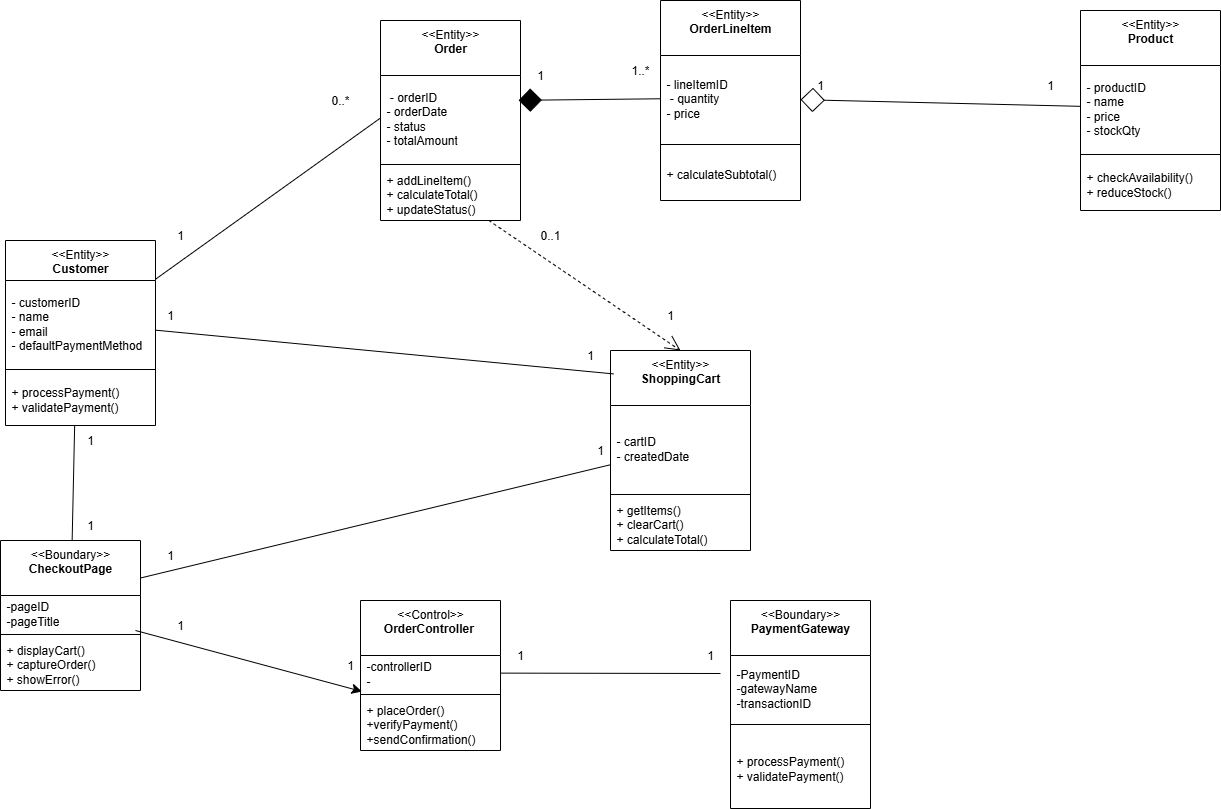
This is ClassdiagramofPlatform.drawio.png from VeliTsabedze/Class-Diagrams, a draw.io export, as it was before one commit. Source tidied: cells renumbered, new cells last; positions are measured from the earlier drawing's top-left corner, leaving out a move shared by most shapes. Its diagram source:
```xml
<mxGraphModel>
  <root>
    <mxCell id="0" />
    <mxCell id="1" parent="0" />
    <mxCell id="2" value="&amp;lt;&amp;lt;Boundary&amp;gt;&amp;gt;&lt;br&gt;&lt;b&gt;CheckoutPage&lt;/b&gt;&lt;div&gt;&lt;br&gt;&lt;/div&gt;" style="swimlane;fontStyle=0;align=center;verticalAlign=top;horizontal=1;startSize=55;html=1;whiteSpace=wrap;" parent="1" vertex="1">
      <mxGeometry y="540" width="140" height="150" as="geometry" />
    </mxCell>
    <mxCell id="3" value="-pageID&lt;div&gt;-pageTitle&lt;/div&gt;" style="text;html=1;strokeColor=none;fillColor=none;align=left;verticalAlign=middle;spacingLeft=4;spacingRight=4;overflow=hidden;points=[[0,0.5],[1,0.5]];portConstraint=eastwest;whiteSpace=wrap;" parent="2" vertex="1">
      <mxGeometry y="55" width="140" height="35" as="geometry" />
    </mxCell>
    <mxCell id="4" style="line;strokeWidth=1;fillColor=none;align=left;verticalAlign=middle;spacingTop=-1;spacingLeft=3;spacingRight=3;labelPosition=right;" parent="2" vertex="1">
      <mxGeometry y="90" width="140" height="8" as="geometry" />
    </mxCell>
    <mxCell id="5" value="+ displayCart()&amp;nbsp;&lt;br&gt;+ captureOrder()&amp;nbsp;&lt;br&gt;+ showError()" style="text;html=1;strokeColor=none;fillColor=none;align=left;verticalAlign=middle;spacingLeft=4;spacingRight=4;overflow=hidden;whiteSpace=wrap;" parent="2" vertex="1">
      <mxGeometry y="98" width="140" height="52" as="geometry" />
    </mxCell>
    <mxCell id="6" value="&amp;lt;&amp;lt;Boundary&amp;gt;&amp;gt;&lt;br&gt;&lt;b&gt;PaymentGateway&lt;/b&gt;&lt;div&gt;&lt;br&gt;&lt;/div&gt;" style="swimlane;fontStyle=0;align=center;verticalAlign=top;horizontal=1;startSize=55;html=1;whiteSpace=wrap;" parent="1" vertex="1">
      <mxGeometry x="730" y="600" width="140" height="208" as="geometry" />
    </mxCell>
    <mxCell id="7" value="-PaymentID&lt;div&gt;-gatewayName&lt;div&gt;-transactionID&lt;/div&gt;&lt;/div&gt;" style="text;html=1;strokeColor=none;fillColor=none;align=left;verticalAlign=middle;spacingLeft=4;spacingRight=4;overflow=hidden;whiteSpace=wrap;" parent="6" vertex="1">
      <mxGeometry y="55" width="140" height="65" as="geometry" />
    </mxCell>
    <mxCell id="8" style="line;strokeWidth=1;fillColor=none;align=left;verticalAlign=middle;spacingTop=-1;spacingLeft=3;spacingRight=3;labelPosition=right;" parent="6" vertex="1">
      <mxGeometry y="120" width="140" height="8" as="geometry" />
    </mxCell>
    <mxCell id="9" value="+ processPayment()&amp;nbsp;&amp;nbsp;&lt;div&gt;+ validatePayment()&lt;/div&gt;" style="text;html=1;strokeColor=none;fillColor=none;align=left;verticalAlign=middle;spacingLeft=4;spacingRight=4;overflow=hidden;whiteSpace=wrap;" parent="6" vertex="1">
      <mxGeometry y="128" width="140" height="80" as="geometry" />
    </mxCell>
    <mxCell id="10" value="&amp;lt;&amp;lt;Control&amp;gt;&amp;gt;&lt;br&gt;&lt;b&gt;OrderController&lt;/b&gt;&amp;nbsp;&lt;br&gt;&lt;div&gt;&lt;br&gt;&lt;/div&gt;" style="swimlane;fontStyle=0;align=center;verticalAlign=top;horizontal=1;startSize=55;html=1;whiteSpace=wrap;" parent="1" vertex="1">
      <mxGeometry x="360" y="600" width="140" height="150" as="geometry" />
    </mxCell>
    <mxCell id="11" value="-controllerID&lt;div&gt;-&lt;/div&gt;" style="text;html=1;strokeColor=none;fillColor=none;align=left;verticalAlign=middle;spacingLeft=4;spacingRight=4;overflow=hidden;points=[[0,0.5],[1,0.5]];portConstraint=eastwest;whiteSpace=wrap;" parent="10" vertex="1">
      <mxGeometry y="55" width="140" height="35" as="geometry" />
    </mxCell>
    <mxCell id="12" style="line;strokeWidth=1;fillColor=none;align=left;verticalAlign=middle;spacingTop=-1;spacingLeft=3;spacingRight=3;labelPosition=right;" parent="10" vertex="1">
      <mxGeometry y="90" width="140" height="8" as="geometry" />
    </mxCell>
    <mxCell id="13" value="+ placeOrder()&amp;nbsp; +verifyPayment()&amp;nbsp; +sendConfirmation()" style="text;html=1;strokeColor=none;fillColor=none;align=left;verticalAlign=middle;spacingLeft=4;spacingRight=4;overflow=hidden;whiteSpace=wrap;" parent="10" vertex="1">
      <mxGeometry y="98" width="140" height="52" as="geometry" />
    </mxCell>
    <mxCell id="14" style="edgeStyle=none;curved=1;rounded=0;jettySize=auto;html=1;entryX=0;entryY=0.5;entryDx=0;entryDy=0;fontSize=12;startSize=8;endSize=8;endArrow=none;endFill=0;" parent="1" edge="1" source="15" target="20">
      <mxGeometry relative="1" as="geometry" />
    </mxCell>
    <mxCell id="15" value="&amp;lt;&amp;lt;Entity&amp;gt;&amp;gt;&lt;br&gt;&lt;b&gt;Customer&lt;/b&gt;&lt;br&gt;&lt;div&gt;&lt;br&gt;&lt;/div&gt;" style="swimlane;fontStyle=0;align=center;verticalAlign=top;horizontal=1;startSize=40;html=1;whiteSpace=wrap;" parent="1" vertex="1">
      <mxGeometry x="5" y="240" width="150" height="185" as="geometry" />
    </mxCell>
    <mxCell id="16" value="- customerID&amp;nbsp;&lt;br&gt;- name&amp;nbsp;&lt;br&gt;- email&amp;nbsp;&lt;br&gt;- defaultPaymentMethod" style="text;html=1;strokeColor=none;fillColor=none;align=left;verticalAlign=middle;spacingLeft=4;spacingRight=4;overflow=hidden;points=[[0,0.5],[1,0.5]];portConstraint=eastwest;whiteSpace=wrap;" parent="15" vertex="1">
      <mxGeometry y="40" width="150" height="85" as="geometry" />
    </mxCell>
    <mxCell id="17" style="line;strokeWidth=1;fillColor=none;align=left;verticalAlign=middle;spacingTop=-1;spacingLeft=3;spacingRight=3;labelPosition=right;" parent="15" vertex="1">
      <mxGeometry y="125" width="150" height="8" as="geometry" />
    </mxCell>
    <mxCell id="18" value="+ processPayment()&amp;nbsp;&amp;nbsp;&lt;div&gt;+ validatePayment()&lt;/div&gt;" style="text;html=1;strokeColor=none;fillColor=none;align=left;verticalAlign=middle;spacingLeft=4;spacingRight=4;overflow=hidden;points=[[0,0.5],[1,0.5]];portConstraint=eastwest;whiteSpace=wrap;" parent="15" vertex="1">
      <mxGeometry y="133" width="150" height="52" as="geometry" />
    </mxCell>
    <mxCell id="19" value="&amp;lt;&amp;lt;Entity&amp;gt;&amp;gt;&lt;br&gt;&lt;b&gt;Order&lt;/b&gt;&lt;br&gt;&lt;div&gt;&lt;br&gt;&lt;/div&gt;" style="swimlane;fontStyle=0;align=center;verticalAlign=top;horizontal=1;startSize=55;html=1;whiteSpace=wrap;" parent="1" vertex="1">
      <mxGeometry x="380" y="20" width="140" height="200" as="geometry" />
    </mxCell>
    <mxCell id="20" value="&amp;nbsp;- orderID&amp;nbsp;&lt;div&gt;- orderDate&amp;nbsp;&lt;/div&gt;&lt;div&gt;- status&amp;nbsp;&lt;/div&gt;&lt;div&gt;- totalAmount&lt;/div&gt;" style="text;html=1;strokeColor=none;fillColor=none;align=left;verticalAlign=middle;spacingLeft=4;spacingRight=4;overflow=hidden;points=[[0,0.5],[1,0.5]];portConstraint=eastwest;whiteSpace=wrap;" parent="19" vertex="1">
      <mxGeometry y="55" width="140" height="85" as="geometry" />
    </mxCell>
    <mxCell id="21" style="line;strokeWidth=1;fillColor=none;align=left;verticalAlign=middle;spacingTop=-1;spacingLeft=3;spacingRight=3;labelPosition=right;" parent="19" vertex="1">
      <mxGeometry y="140" width="140" height="8" as="geometry" />
    </mxCell>
    <mxCell id="22" value="+ addLineItem()&amp;nbsp;&lt;div&gt;+ calculateTotal()&amp;nbsp;&lt;div&gt;+ updateStatus()&lt;/div&gt;&lt;/div&gt;" style="text;html=1;strokeColor=none;fillColor=none;align=left;verticalAlign=middle;spacingLeft=4;spacingRight=4;overflow=hidden;points=[[0,0.5],[1,0.5]];portConstraint=eastwest;whiteSpace=wrap;" parent="19" vertex="1">
      <mxGeometry y="148" width="140" height="52" as="geometry" />
    </mxCell>
    <mxCell id="23" value="&amp;lt;&amp;lt;Entity&amp;gt;&amp;gt;&lt;br&gt;&lt;b&gt;OrderLineItem&lt;/b&gt;&lt;br&gt;&lt;div&gt;&lt;br&gt;&lt;/div&gt;" style="swimlane;fontStyle=0;align=center;verticalAlign=top;horizontal=1;startSize=55;html=1;whiteSpace=wrap;" parent="1" vertex="1">
      <mxGeometry x="660" width="140" height="200" as="geometry" />
    </mxCell>
    <mxCell id="24" value="- lineItemID&lt;div&gt;&amp;nbsp;&lt;span style=&quot;background-color: transparent; color: light-dark(rgb(0, 0, 0), rgb(255, 255, 255));&quot;&gt;- quantity&amp;nbsp;&lt;/span&gt;&lt;/div&gt;&lt;div&gt;&lt;span style=&quot;background-color: transparent; color: light-dark(rgb(0, 0, 0), rgb(255, 255, 255));&quot;&gt;- price&lt;/span&gt;&lt;/div&gt;" style="text;html=1;strokeColor=none;fillColor=none;align=left;verticalAlign=middle;spacingLeft=4;spacingRight=4;overflow=hidden;points=[[0,0.5],[1,0.5]];portConstraint=eastwest;whiteSpace=wrap;" parent="23" vertex="1">
      <mxGeometry y="55" width="140" height="85" as="geometry" />
    </mxCell>
    <mxCell id="25" style="line;strokeWidth=1;fillColor=none;align=left;verticalAlign=middle;spacingTop=-1;spacingLeft=3;spacingRight=3;labelPosition=right;" parent="23" vertex="1">
      <mxGeometry y="140" width="140" height="8" as="geometry" />
    </mxCell>
    <mxCell id="26" value="+ calculateSubtotal()&amp;nbsp;" style="text;html=1;strokeColor=none;fillColor=none;align=left;verticalAlign=middle;spacingLeft=4;spacingRight=4;overflow=hidden;whiteSpace=wrap;" parent="23" vertex="1">
      <mxGeometry y="148" width="140" height="52" as="geometry" />
    </mxCell>
    <mxCell id="27" value="&amp;lt;&amp;lt;Entity&amp;gt;&amp;gt;&lt;br&gt;&lt;b&gt;ShoppingCart&lt;/b&gt;&lt;br&gt;&lt;div&gt;&lt;br&gt;&lt;/div&gt;" style="swimlane;fontStyle=0;align=center;verticalAlign=top;horizontal=1;startSize=55;html=1;whiteSpace=wrap;" parent="1" vertex="1">
      <mxGeometry x="610" y="350" width="140" height="200" as="geometry" />
    </mxCell>
    <mxCell id="28" value="- cartID&amp;nbsp;&lt;div&gt;- createdDate&amp;nbsp; &amp;nbsp; &amp;nbsp; &amp;nbsp; &amp;nbsp; &amp;nbsp;&amp;nbsp;&lt;/div&gt;" style="text;html=1;strokeColor=none;fillColor=none;align=left;verticalAlign=middle;spacingLeft=4;spacingRight=4;overflow=hidden;points=[[0,0.5],[1,0.5]];portConstraint=eastwest;whiteSpace=wrap;" parent="27" vertex="1">
      <mxGeometry y="55" width="140" height="85" as="geometry" />
    </mxCell>
    <mxCell id="29" style="line;strokeWidth=1;fillColor=none;align=left;verticalAlign=middle;spacingTop=-1;spacingLeft=3;spacingRight=3;labelPosition=right;" parent="27" vertex="1">
      <mxGeometry y="140" width="140" height="8" as="geometry" />
    </mxCell>
    <mxCell id="30" value="+ getItems()&amp;nbsp;&lt;div&gt;+ clearCart()&amp;nbsp;&lt;div&gt;+ calculateTotal()&lt;/div&gt;&lt;/div&gt;" style="text;html=1;strokeColor=none;fillColor=none;align=left;verticalAlign=middle;spacingLeft=4;spacingRight=4;overflow=hidden;whiteSpace=wrap;" parent="27" vertex="1">
      <mxGeometry y="148" width="140" height="52" as="geometry" />
    </mxCell>
    <mxCell id="31" value="&amp;lt;&amp;lt;Entity&amp;gt;&amp;gt;&lt;br&gt;&lt;b&gt;Product&lt;/b&gt;&lt;br&gt;&lt;div&gt;&lt;br&gt;&lt;/div&gt;" style="swimlane;fontStyle=0;align=center;verticalAlign=top;horizontal=1;startSize=55;html=1;whiteSpace=wrap;" parent="1" vertex="1">
      <mxGeometry x="1080" y="10" width="140" height="200" as="geometry" />
    </mxCell>
    <mxCell id="32" value="- productID&amp;nbsp;&lt;div&gt;- name&amp;nbsp;&lt;/div&gt;&lt;div&gt;- price&amp;nbsp;&lt;/div&gt;&lt;div&gt;- stockQty&lt;/div&gt;" style="text;html=1;strokeColor=none;fillColor=none;align=left;verticalAlign=middle;spacingLeft=4;spacingRight=4;overflow=hidden;points=[[0,0.5],[1,0.5]];portConstraint=eastwest;whiteSpace=wrap;" parent="31" vertex="1">
      <mxGeometry y="55" width="140" height="85" as="geometry" />
    </mxCell>
    <mxCell id="33" style="line;strokeWidth=1;fillColor=none;align=left;verticalAlign=middle;spacingTop=-1;spacingLeft=3;spacingRight=3;labelPosition=right;" parent="31" vertex="1">
      <mxGeometry y="140" width="140" height="8" as="geometry" />
    </mxCell>
    <mxCell id="34" value="+ checkAvailability()&amp;nbsp;&lt;br&gt;+ reduceStock()" style="text;html=1;strokeColor=none;fillColor=none;align=left;verticalAlign=middle;spacingLeft=4;spacingRight=4;overflow=hidden;whiteSpace=wrap;" parent="31" vertex="1">
      <mxGeometry y="148" width="140" height="52" as="geometry" />
    </mxCell>
    <mxCell id="35" style="endArrow=none;html=1;rounded=0;fontSize=12;startSize=8;endSize=8;curved=1;entryX=0.461;entryY=1;entryDx=0;entryDy=0;entryPerimeter=0;endFill=0;" parent="1" edge="1" source="2" target="18">
      <mxGeometry relative="1" as="geometry" />
    </mxCell>
    <mxCell id="36" style="edgeStyle=none;curved=1;rounded=0;jettySize=auto;html=1;entryX=0.986;entryY=0.292;entryDx=0;entryDy=0;entryPerimeter=0;fontSize=12;startSize=8;endSize=21;endArrow=diamond;endFill=1;" parent="1" edge="1" source="24" target="20">
      <mxGeometry relative="1" as="geometry" />
    </mxCell>
    <mxCell id="37" style="edgeStyle=none;curved=1;rounded=0;jettySize=auto;html=1;entryX=0.021;entryY=0.117;entryDx=0;entryDy=0;entryPerimeter=0;fontSize=12;startSize=8;endSize=8;endArrow=none;endFill=0;" parent="1" edge="1" source="16" target="27">
      <mxGeometry relative="1" as="geometry" />
    </mxCell>
    <mxCell id="38" style="edgeStyle=none;curved=1;rounded=0;jettySize=auto;html=1;entryX=0.011;entryY=1.029;entryDx=0;entryDy=0;entryPerimeter=0;fontSize=12;startSize=8;endSize=8;" parent="1" edge="1" source="3" target="11">
      <mxGeometry relative="1" as="geometry" />
    </mxCell>
    <mxCell id="39" style="edgeStyle=none;curved=1;rounded=0;jettySize=auto;html=1;fontSize=12;startSize=8;endSize=8;endArrow=none;endFill=0;" parent="1" edge="1" source="11">
      <mxGeometry relative="1" as="geometry">
        <mxPoint x="720" y="673" as="targetPoint" />
      </mxGeometry>
    </mxCell>
    <mxCell id="40" style="edgeStyle=none;curved=1;rounded=0;jettySize=auto;html=1;entryX=-0.005;entryY=0.699;entryDx=0;entryDy=0;entryPerimeter=0;fontSize=12;startSize=8;endSize=8;exitX=1;exitY=0.25;exitDx=0;exitDy=0;endArrow=none;endFill=0;" parent="1" edge="1" source="2" target="28">
      <mxGeometry relative="1" as="geometry" />
    </mxCell>
    <mxCell id="41" style="edgeStyle=none;curved=1;rounded=0;jettySize=auto;html=1;entryX=0.5;entryY=0;entryDx=0;entryDy=0;fontSize=12;startSize=8;endSize=13;dashed=1;endArrow=open;endFill=0;" parent="1" edge="1" source="22" target="27">
      <mxGeometry relative="1" as="geometry" />
    </mxCell>
    <mxCell id="42" value="1" style="text;html=1;align=center;verticalAlign=middle;whiteSpace=wrap;rounded=0;" parent="1" vertex="1">
      <mxGeometry x="150" y="220" width="60" height="30" as="geometry" />
    </mxCell>
    <mxCell id="43" value="0..*" style="text;html=1;align=center;verticalAlign=middle;whiteSpace=wrap;rounded=0;" parent="1" vertex="1">
      <mxGeometry x="310" y="85" width="60" height="30" as="geometry" />
    </mxCell>
    <mxCell id="44" value="1" style="text;html=1;align=center;verticalAlign=middle;whiteSpace=wrap;rounded=0;" parent="1" vertex="1">
      <mxGeometry x="510" y="60" width="60" height="30" as="geometry" />
    </mxCell>
    <mxCell id="45" value="1..*" style="text;html=1;align=center;verticalAlign=middle;whiteSpace=wrap;rounded=0;" parent="1" vertex="1">
      <mxGeometry x="610" y="55" width="60" height="30" as="geometry" />
    </mxCell>
    <mxCell id="46" value="1" style="text;html=1;align=center;verticalAlign=middle;whiteSpace=wrap;rounded=0;" parent="1" vertex="1">
      <mxGeometry x="790" y="70" width="60" height="30" as="geometry" />
    </mxCell>
    <mxCell id="47" value="1" style="text;html=1;align=center;verticalAlign=middle;whiteSpace=wrap;rounded=0;" parent="1" vertex="1">
      <mxGeometry x="1020" y="70" width="60" height="30" as="geometry" />
    </mxCell>
    <mxCell id="48" value="1" style="text;html=1;align=center;verticalAlign=middle;whiteSpace=wrap;rounded=0;" parent="1" vertex="1">
      <mxGeometry x="140" y="300" width="60" height="30" as="geometry" />
    </mxCell>
    <mxCell id="49" value="1" style="text;html=1;align=center;verticalAlign=middle;whiteSpace=wrap;rounded=0;" parent="1" vertex="1">
      <mxGeometry x="560" y="340" width="60" height="30" as="geometry" />
    </mxCell>
    <mxCell id="50" value="1" style="text;html=1;align=center;verticalAlign=middle;whiteSpace=wrap;rounded=0;" parent="1" vertex="1">
      <mxGeometry x="320" y="650" width="60" height="30" as="geometry" />
    </mxCell>
    <mxCell id="51" value="1" style="text;html=1;align=center;verticalAlign=middle;whiteSpace=wrap;rounded=0;" parent="1" vertex="1">
      <mxGeometry x="150" y="610" width="60" height="30" as="geometry" />
    </mxCell>
    <mxCell id="52" value="1" style="text;html=1;align=center;verticalAlign=middle;whiteSpace=wrap;rounded=0;" parent="1" vertex="1">
      <mxGeometry x="490" y="640" width="60" height="30" as="geometry" />
    </mxCell>
    <mxCell id="53" value="1" style="text;html=1;align=center;verticalAlign=middle;whiteSpace=wrap;rounded=0;" parent="1" vertex="1">
      <mxGeometry x="680" y="640" width="60" height="30" as="geometry" />
    </mxCell>
    <mxCell id="54" style="edgeStyle=none;curved=1;rounded=0;jettySize=auto;html=1;fontSize=12;startSize=8;endSize=22;endArrow=diamond;endFill=0;" parent="1" edge="1" source="32" target="24">
      <mxGeometry relative="1" as="geometry" />
    </mxCell>
    <mxCell id="55" value="1" style="text;html=1;align=center;verticalAlign=middle;whiteSpace=wrap;rounded=0;" parent="1" vertex="1">
      <mxGeometry x="640" y="300" width="60" height="30" as="geometry" />
    </mxCell>
    <mxCell id="56" value="0..1" style="text;html=1;align=center;verticalAlign=middle;whiteSpace=wrap;rounded=0;" parent="1" vertex="1">
      <mxGeometry x="520" y="220" width="60" height="30" as="geometry" />
    </mxCell>
    <mxCell id="57" value="1" style="text;html=1;align=center;verticalAlign=middle;whiteSpace=wrap;rounded=0;" parent="1" vertex="1">
      <mxGeometry x="140" y="540" width="60" height="30" as="geometry" />
    </mxCell>
    <mxCell id="58" value="1" style="text;html=1;align=center;verticalAlign=middle;whiteSpace=wrap;rounded=0;" parent="1" vertex="1">
      <mxGeometry x="570" y="435" width="60" height="30" as="geometry" />
    </mxCell>
    <mxCell id="59" value="1" style="text;html=1;align=center;verticalAlign=middle;whiteSpace=wrap;rounded=0;" parent="1" vertex="1">
      <mxGeometry x="60" y="425" width="60" height="30" as="geometry" />
    </mxCell>
    <mxCell id="60" value="1" style="text;html=1;align=center;verticalAlign=middle;whiteSpace=wrap;rounded=0;" parent="1" vertex="1">
      <mxGeometry x="60" y="510" width="60" height="30" as="geometry" />
    </mxCell>
  </root>
</mxGraphModel>
```
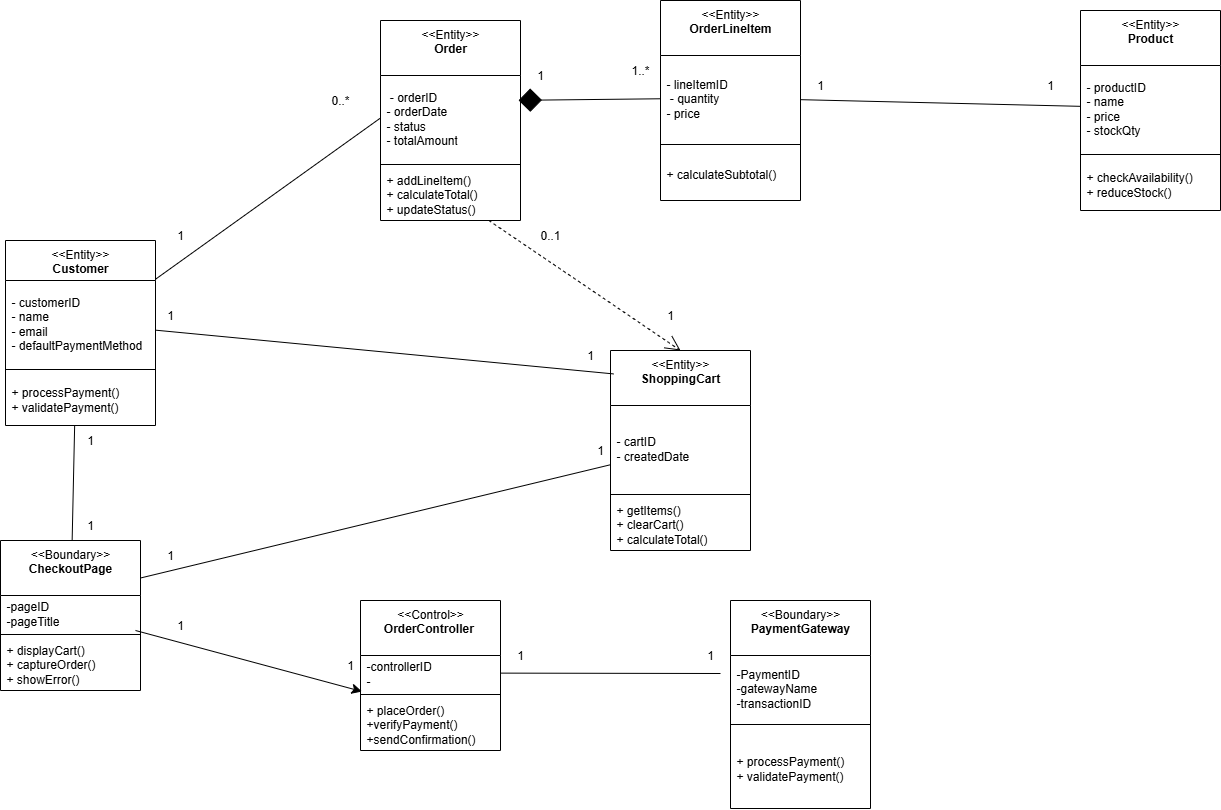
Above is the later version.

Change to the diagram source:
```diff
@@ -160,7 +160,7 @@
     <mxCell id="53" value="1" style="text;html=1;align=center;verticalAlign=middle;whiteSpace=wrap;rounded=0;" parent="1" vertex="1">
       <mxGeometry x="680" y="640" width="60" height="30" as="geometry" />
     </mxCell>
-    <mxCell id="54" style="edgeStyle=none;curved=1;rounded=0;jettySize=auto;html=1;fontSize=12;startSize=8;endSize=22;endArrow=diamond;endFill=0;" parent="1" edge="1" source="32" target="24">
+    <mxCell id="54" style="edgeStyle=none;curved=1;rounded=0;jettySize=auto;html=1;fontSize=12;startSize=8;endSize=22;endArrow=none;endFill=0;" parent="1" edge="1" source="32" target="24">
       <mxGeometry relative="1" as="geometry" />
     </mxCell>
     <mxCell id="55" value="1" style="text;html=1;align=center;verticalAlign=middle;whiteSpace=wrap;rounded=0;" parent="1" vertex="1">
```
